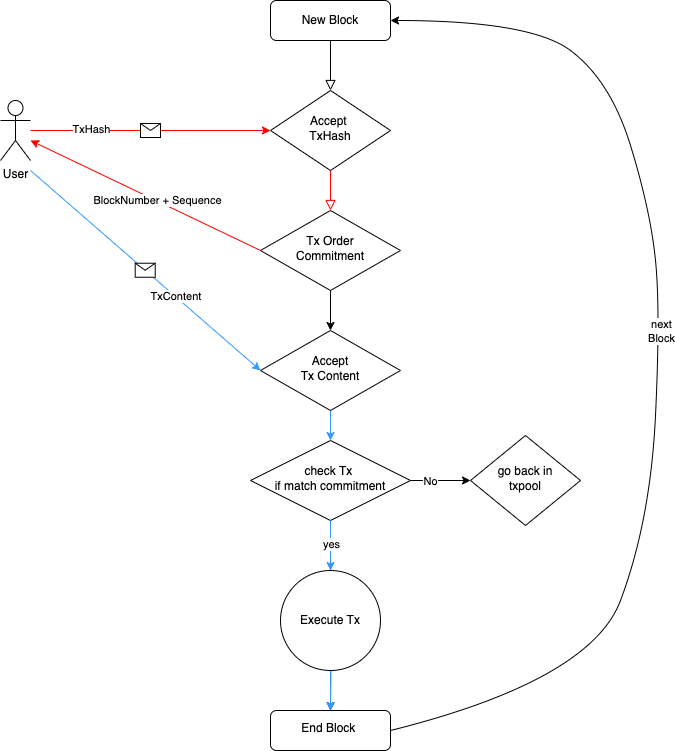
This is MEVless/docs/mevless.png from yu-org/nine-tripods, a draw.io export, as it was before one commit. Source tidied: cells renumbered, new cells last; positions are measured from the earlier drawing's top-left corner, leaving out a move shared by most shapes.
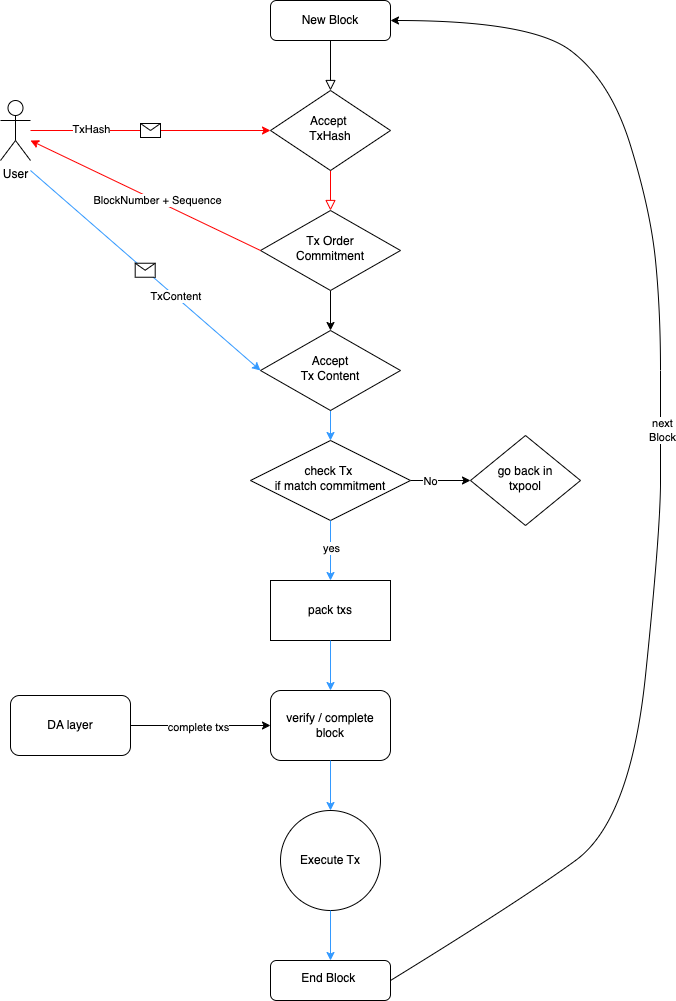
Later version of the same file.

Change to the diagram source:
```diff
@@ -26,16 +26,13 @@
     <mxCell id="9" value="Accept&lt;div&gt;Tx Content&lt;/div&gt;" style="rhombus;whiteSpace=wrap;html=1;shadow=0;fontFamily=Helvetica;fontSize=12;align=center;strokeWidth=1;spacing=6;spacingTop=-4;" parent="1" vertex="1">
       <mxGeometry x="260" y="330" width="140" height="80" as="geometry" />
     </mxCell>
-    <mxCell id="10" style="edgeStyle=orthogonalEdgeStyle;rounded=0;jettySize=auto;html=1;" parent="1" edge="1" target="13">
-      <mxGeometry relative="1" as="geometry">
-        <mxPoint x="330" y="550" as="sourcePoint" />
-      </mxGeometry>
-    </mxCell>
     <mxCell id="11" style="curved=1;endArrow=classic;html=1;rounded=0;exitX=1;exitY=0.5;exitDx=0;exitDy=0;entryX=1;entryY=0.5;entryDx=0;entryDy=0;" parent="1" edge="1" source="13" target="3">
       <mxGeometry relative="1" as="geometry">
         <Array as="points">
-          <mxPoint x="590" y="680" />
-          <mxPoint x="650" y="520" />
+          <mxPoint x="520" y="900" />
+          <mxPoint x="630" y="820" />
+          <mxPoint x="660" y="530" />
+          <mxPoint x="660" y="430" />
           <mxPoint x="660" y="310" />
           <mxPoint x="650" y="210" />
           <mxPoint x="610" y="80" />
@@ -47,18 +44,10 @@
       <mxGeometry x="0.07" y="-1" relative="1" as="geometry" />
     </mxCell>
     <mxCell id="13" value="End Block&amp;nbsp;" style="rounded=1;whiteSpace=wrap;html=1;shadow=0;strokeWidth=1;spacing=6;spacingTop=-4;" parent="1" vertex="1">
-      <mxGeometry x="270" y="710" width="120" height="40" as="geometry" />
+      <mxGeometry x="270" y="960" width="120" height="40" as="geometry" />
     </mxCell>
-    <mxCell id="14" style="edgeStyle=orthogonalEdgeStyle;rounded=0;jettySize=auto;html=1;strokeColor=#3399FF;" parent="1" edge="1" source="15" target="13">
-      <mxGeometry relative="1" as="geometry">
-        <Array as="points">
-          <mxPoint x="330" y="680" />
-          <mxPoint x="330" y="680" />
-        </Array>
-      </mxGeometry>
-    </mxCell>
     <mxCell id="15" value="Execute Tx" style="ellipse;whiteSpace=wrap;html=1;" parent="1" vertex="1">
-      <mxGeometry x="280" y="570" width="100" height="100" as="geometry" />
+      <mxGeometry x="280" y="810" width="100" height="100" as="geometry" />
     </mxCell>
     <mxCell id="16" value="User" style="shape=umlActor;verticalLabelPosition=bottom;verticalAlign=top;html=1;outlineConnect=0;" parent="1" vertex="1">
       <mxGeometry y="100" width="30" height="60" as="geometry" />
@@ -98,8 +87,10 @@
     <mxCell id="25" value="check Tx&amp;nbsp;&lt;div&gt;if match commitment&lt;/div&gt;" style="rhombus;whiteSpace=wrap;html=1;shadow=0;fontFamily=Helvetica;fontSize=12;align=center;strokeWidth=1;spacing=6;spacingTop=-4;" parent="1" vertex="1">
       <mxGeometry x="250" y="440" width="160" height="80" as="geometry" />
     </mxCell>
-    <mxCell id="26" style="endArrow=classic;html=1;rounded=0;entryX=0.5;entryY=0;entryDx=0;entryDy=0;exitX=0.5;exitY=1;exitDx=0;exitDy=0;strokeColor=#3399FF;" parent="1" edge="1" source="25" target="15">
-      <mxGeometry relative="1" as="geometry" />
+    <mxCell id="26" style="endArrow=classic;html=1;rounded=0;exitX=0.5;exitY=1;exitDx=0;exitDy=0;strokeColor=#3399FF;" parent="1" edge="1" source="25">
+      <mxGeometry relative="1" as="geometry">
+        <mxPoint x="330" y="580" as="targetPoint" />
+      </mxGeometry>
     </mxCell>
     <mxCell id="27" value="yes" style="edgeLabel;html=1;align=center;verticalAlign=middle;" parent="26" vertex="1">
       <mxGeometry x="-0.1" relative="1" as="geometry" />
@@ -117,5 +108,29 @@
         <mxPoint x="-1" as="offset" />
       </mxGeometry>
     </mxCell>
+    <mxCell id="31" value="pack txs" style="rounded=0;whiteSpace=wrap;html=1;" parent="1" vertex="1">
+      <mxGeometry x="270" y="580" width="120" height="60" as="geometry" />
+    </mxCell>
+    <mxCell id="32" value="verify / complete block" style="rounded=1;whiteSpace=wrap;html=1;" parent="1" vertex="1">
+      <mxGeometry x="270" y="690" width="120" height="70" as="geometry" />
+    </mxCell>
+    <mxCell id="33" style="endArrow=classic;html=1;rounded=0;exitX=0.5;exitY=1;exitDx=0;exitDy=0;entryX=0.5;entryY=0;entryDx=0;entryDy=0;strokeColor=#3399FF;" parent="1" edge="1" source="31" target="32">
+      <mxGeometry relative="1" as="geometry" />
+    </mxCell>
+    <mxCell id="34" style="endArrow=classic;html=1;rounded=0;entryX=0.5;entryY=0;entryDx=0;entryDy=0;exitX=0.5;exitY=1;exitDx=0;exitDy=0;strokeColor=#3399FF;" parent="1" edge="1" source="32" target="15">
+      <mxGeometry relative="1" as="geometry" />
+    </mxCell>
+    <mxCell id="14" style="endArrow=classic;html=1;rounded=0;entryX=0.5;entryY=0;entryDx=0;entryDy=0;exitX=0.5;exitY=1;exitDx=0;exitDy=0;strokeColor=#3399FF;" parent="1" edge="1" source="15" target="13">
+      <mxGeometry relative="1" as="geometry" />
+    </mxCell>
+    <mxCell id="35" value="DA layer" style="rounded=1;whiteSpace=wrap;html=1;" parent="1" vertex="1">
+      <mxGeometry x="10" y="695" width="120" height="60" as="geometry" />
+    </mxCell>
+    <mxCell id="36" style="endArrow=classic;html=1;rounded=0;entryX=0;entryY=0.5;entryDx=0;entryDy=0;exitX=1;exitY=0.5;exitDx=0;exitDy=0;" parent="1" edge="1" source="35" target="32">
+      <mxGeometry relative="1" as="geometry" />
+    </mxCell>
+    <mxCell id="37" value="complete txs" style="edgeLabel;html=1;align=center;verticalAlign=middle;" parent="36" vertex="1">
+      <mxGeometry x="-0.04" y="-1" relative="1" as="geometry" />
+    </mxCell>
   </root>
 </mxGraphModel>
```
